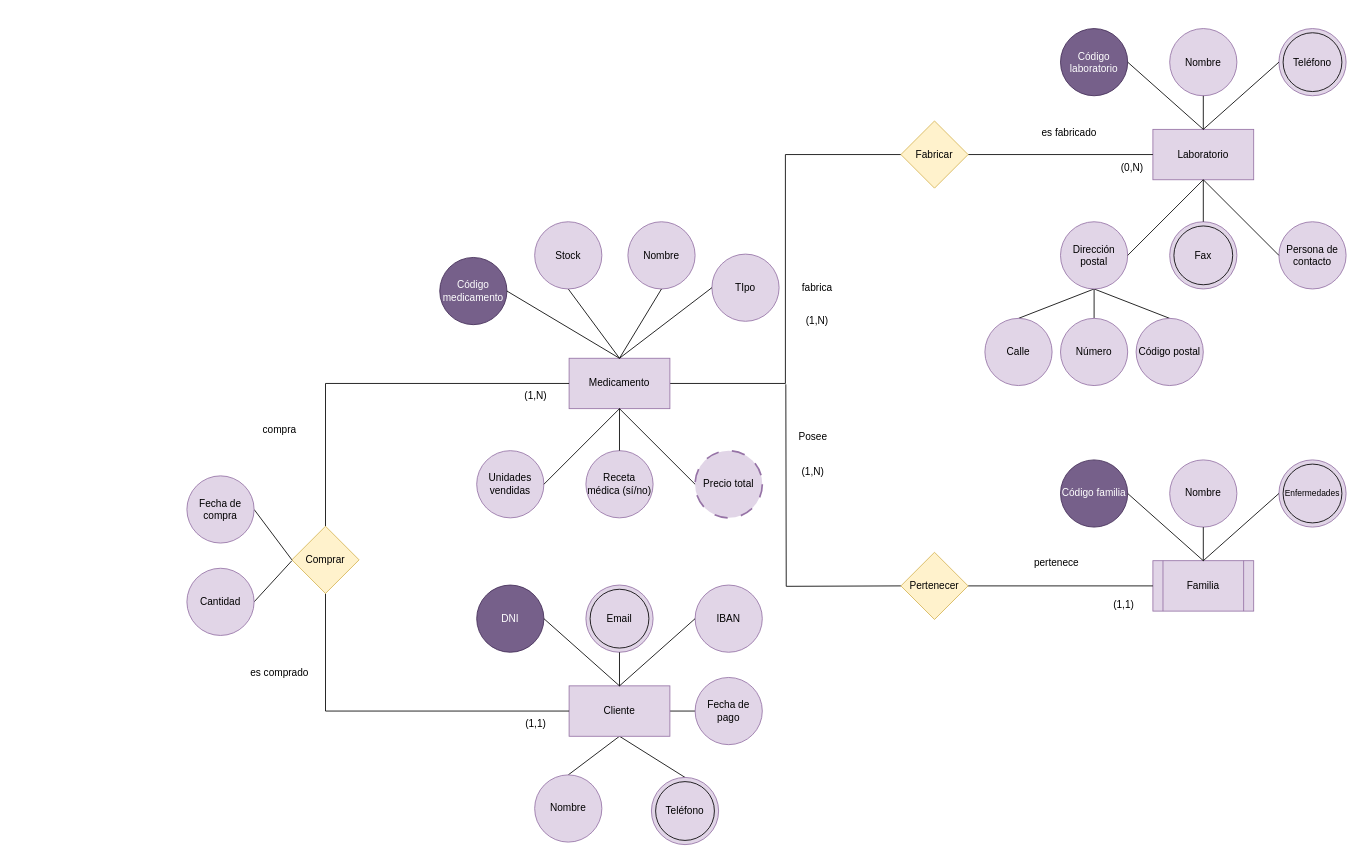
Nestor-DF/ADBD-2024-2025-Practica01-PE keeps this draw.io diagram as P1ADBD.drawio. Above is the earlier version. Source tidied: cells renumbered, new cells numbered last; positions are measured from the earlier drawing's top-left corner, leaving out a move shared by most shapes. Both pictures are drawn from the tidied source at 84%, with x=0, y=0 at pixel (186, 28).
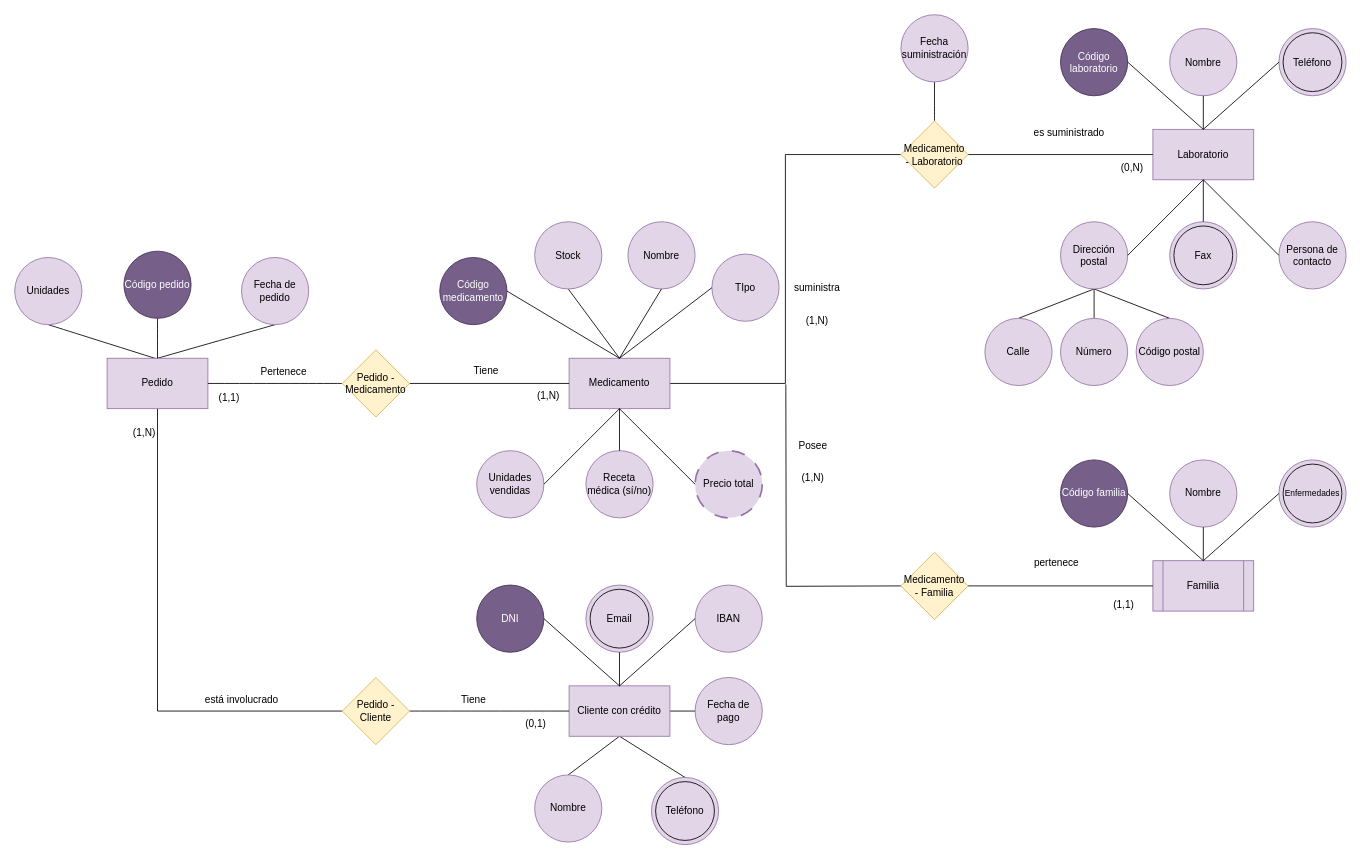
The same page after the edit.

Unchanged cells that the change refers to:
```xml
<mxCell id="3" value="Medicamento" style="rounded=0;whiteSpace=wrap;html=1;fillColor=#e1d5e7;strokeColor=#9673a6;" parent="1" vertex="1">
  <mxGeometry x="455" y="393" width="120" height="60" as="geometry" />
</mxCell>
```

The edit, as a diff of the source:
```diff
@@
-    <mxCell id="21" value="Cliente" style="rounded=0;whiteSpace=wrap;html=1;fillColor=#e1d5e7;strokeColor=#9673a6;" parent="1" vertex="1">
+    <mxCell id="21" value="Cliente con crédito" style="rounded=0;whiteSpace=wrap;html=1;fillColor=#e1d5e7;strokeColor=#9673a6;" parent="1" vertex="1">
       <mxGeometry x="455" y="783" width="120" height="60" as="geometry" />
     </mxCell>
@@
-    <mxCell id="29" style="edgeStyle=orthogonalEdgeStyle;rounded=0;jettySize=auto;html=1;exitX=0.5;exitY=1;exitDx=0;exitDy=0;entryX=0;entryY=0.5;entryDx=0;entryDy=0;endArrow=none;endFill=0;" parent="1" edge="1" source="31" target="21">
-      <mxGeometry relative="1" as="geometry" />
-    </mxCell>
-    <mxCell id="30" style="edgeStyle=orthogonalEdgeStyle;rounded=0;jettySize=auto;html=1;exitX=0.5;exitY=0;exitDx=0;exitDy=0;entryX=0;entryY=0.5;entryDx=0;entryDy=0;endArrow=none;endFill=0;" parent="1" edge="1" source="31" target="3">
+    <mxCell id="30" style="edgeStyle=orthogonalEdgeStyle;rounded=0;jettySize=auto;html=1;entryX=0;entryY=0.5;entryDx=0;entryDy=0;endArrow=none;endFill=0;exitX=1;exitY=0.5;exitDx=0;exitDy=0;" parent="1" edge="1" source="92" target="3">
       <mxGeometry relative="1" as="geometry" />
     </mxCell>
-    <mxCell id="31" value="Comprar" style="rhombus;whiteSpace=wrap;html=1;fillColor=#fff2cc;strokeColor=#d6b656;" parent="1" vertex="1">
-      <mxGeometry x="125" y="593" width="80" height="80" as="geometry" />
-    </mxCell>
-    <mxCell id="32" value="es comprado" style="text;html=1;align=center;verticalAlign=middle;strokeColor=none;fillColor=none;" parent="1" vertex="1">
-      <mxGeometry x="65" y="753" width="90" height="30" as="geometry" />
-    </mxCell>
-    <mxCell id="33" value="compra" style="text;html=1;align=center;verticalAlign=middle;strokeColor=none;fillColor=none;" parent="1" vertex="1">
-      <mxGeometry x="80" y="463" width="60" height="30" as="geometry" />
-    </mxCell>
-    <mxCell id="34" style="edgeStyle=none;rounded=0;jettySize=auto;html=1;exitX=1;exitY=0.5;exitDx=0;exitDy=0;endArrow=none;endFill=0;" parent="1" edge="1" source="35">
-      <mxGeometry relative="1" as="geometry">
-        <mxPoint x="125" y="634" as="targetPoint" />
-      </mxGeometry>
-    </mxCell>
+    <mxCell id="86" style="edgeStyle=none;curved=1;rounded=0;jettySize=auto;html=1;exitX=0.5;exitY=1;exitDx=0;exitDy=0;fontSize=12;startSize=8;endSize=8;endArrow=none;endFill=0;" parent="1" edge="1" source="35">
+      <mxGeometry relative="1" as="geometry">
+        <mxPoint x="-35" y="394" as="targetPoint" />
+      </mxGeometry>
+    </mxCell>
-    <mxCell id="35" value="Cantidad" style="ellipse;whiteSpace=wrap;html=1;fillColor=#e1d5e7;strokeColor=#9673a6;" parent="1" vertex="1">
-      <mxGeometry y="643" width="80" height="80" as="geometry" />
+    <mxCell id="35" value="Unidades" style="ellipse;whiteSpace=wrap;html=1;fillColor=#e1d5e7;strokeColor=#9673a6;" parent="1" vertex="1">
+      <mxGeometry x="-205" y="273" width="80" height="80" as="geometry" />
     </mxCell>
-    <mxCell id="36" style="edgeStyle=none;rounded=0;jettySize=auto;html=1;exitX=1;exitY=0.5;exitDx=0;exitDy=0;entryX=0;entryY=0.5;entryDx=0;entryDy=0;endArrow=none;endFill=0;" parent="1" edge="1" source="37" target="31">
-      <mxGeometry relative="1" as="geometry" />
-    </mxCell>
+    <mxCell id="87" style="edgeStyle=none;curved=1;rounded=0;jettySize=auto;html=1;exitX=0.5;exitY=1;exitDx=0;exitDy=0;entryX=0.5;entryY=0;entryDx=0;entryDy=0;fontSize=12;startSize=8;endSize=8;endArrow=none;endFill=0;" parent="1" edge="1" source="37" target="90">
+      <mxGeometry relative="1" as="geometry" />
+    </mxCell>
-    <mxCell id="37" value="Fecha de compra" style="ellipse;whiteSpace=wrap;html=1;fillColor=#e1d5e7;strokeColor=#9673a6;" parent="1" vertex="1">
-      <mxGeometry y="533" width="80" height="80" as="geometry" />
+    <mxCell id="37" value="Fecha de pedido" style="ellipse;whiteSpace=wrap;html=1;fillColor=#e1d5e7;strokeColor=#9673a6;" parent="1" vertex="1">
+      <mxGeometry x="65" y="273" width="80" height="80" as="geometry" />
     </mxCell>
@@
+    <mxCell id="88" style="edgeStyle=none;curved=1;rounded=0;jettySize=auto;html=1;exitX=0.5;exitY=0;exitDx=0;exitDy=0;entryX=0.5;entryY=1;entryDx=0;entryDy=0;fontSize=12;startSize=8;endSize=8;endArrow=none;endFill=0;" parent="1" edge="1" source="55" target="103">
+      <mxGeometry relative="1" as="geometry" />
+    </mxCell>
-    <mxCell id="55" value="Fabricar" style="rhombus;whiteSpace=wrap;html=1;fillColor=#fff2cc;strokeColor=#d6b656;" parent="1" vertex="1">
+    <mxCell id="55" value="Medicamento - Laboratorio" style="rhombus;whiteSpace=wrap;html=1;fillColor=#fff2cc;strokeColor=#d6b656;" parent="1" vertex="1">
       <mxGeometry x="850" y="110.5" width="80" height="80" as="geometry" />
     </mxCell>
@@
     <mxCell id="60" value="(1,N)" style="text;html=1;align=center;verticalAlign=middle;strokeColor=none;fillColor=none;" parent="1" vertex="1">
-      <mxGeometry x="390" y="423" width="50" height="30" as="geometry" />
+      <mxGeometry x="405" y="423" width="50" height="30" as="geometry" />
     </mxCell>
-    <mxCell id="61" value="(1,1)" style="text;html=1;align=center;verticalAlign=middle;strokeColor=none;fillColor=none;" parent="1" vertex="1">
+    <mxCell id="61" value="(0,1)" style="text;html=1;align=center;verticalAlign=middle;strokeColor=none;fillColor=none;" parent="1" vertex="1">
       <mxGeometry x="390" y="813" width="50" height="30" as="geometry" />
     </mxCell>
-    <mxCell id="62" value="fabrica" style="text;html=1;align=center;verticalAlign=middle;strokeColor=none;fillColor=none;" parent="1" vertex="1">
-      <mxGeometry x="720" y="294" width="60" height="30" as="geometry" />
+    <mxCell id="62" value="suministra" style="text;html=1;align=center;verticalAlign=middle;strokeColor=none;fillColor=none;" parent="1" vertex="1">
+      <mxGeometry x="710" y="294" width="80" height="30" as="geometry" />
     </mxCell>
-    <mxCell id="63" value="es fabricado" style="text;html=1;align=center;verticalAlign=middle;strokeColor=none;fillColor=none;" parent="1" vertex="1">
-      <mxGeometry x="1005" y="109.5" width="90" height="30" as="geometry" />
+    <mxCell id="63" value="es suministrado" style="text;html=1;align=center;verticalAlign=middle;strokeColor=none;fillColor=none;" parent="1" vertex="1">
+      <mxGeometry x="995" y="109.5" width="110" height="30" as="geometry" />
     </mxCell>
@@
-    <mxCell id="78" value="Pertenecer" style="rhombus;whiteSpace=wrap;html=1;fillColor=#fff2cc;strokeColor=#d6b656;" parent="1" vertex="1">
+    <mxCell id="78" value="Medicamento - Familia" style="rhombus;whiteSpace=wrap;html=1;fillColor=#fff2cc;strokeColor=#d6b656;" parent="1" vertex="1">
       <mxGeometry x="850" y="624" width="80" height="80" as="geometry" />
     </mxCell>
-    <mxCell id="79" value="Posee" style="text;html=1;align=center;verticalAlign=middle;strokeColor=none;fillColor=none;" parent="1" vertex="1">
-      <mxGeometry x="715" y="472" width="60" height="30" as="geometry" />
+    <mxCell id="79" value="Tiene" style="text;html=1;align=center;verticalAlign=middle;strokeColor=none;fillColor=none;" parent="1" vertex="1">
+      <mxGeometry x="331" y="393" width="50" height="30" as="geometry" />
     </mxCell>
     <mxCell id="80" value="(1,N)" style="text;html=1;align=center;verticalAlign=middle;strokeColor=none;fillColor=none;" parent="1" vertex="1">
-      <mxGeometry x="720" y="514" width="50" height="30" as="geometry" />
+      <mxGeometry x="720" y="521" width="50" height="30" as="geometry" />
     </mxCell>
@@
+    <mxCell id="89" style="edgeStyle=orthogonalEdgeStyle;rounded=0;jettySize=auto;html=1;exitX=0.5;exitY=1;exitDx=0;exitDy=0;fontSize=12;startSize=8;endSize=8;entryX=0;entryY=0.5;entryDx=0;entryDy=0;endArrow=none;endFill=0;" parent="1" edge="1" source="90" target="97">
+      <mxGeometry relative="1" as="geometry" />
+    </mxCell>
+    <mxCell id="90" value="Pedido" style="rounded=0;whiteSpace=wrap;html=1;fillColor=#e1d5e7;strokeColor=#9673a6;" parent="1" vertex="1">
+      <mxGeometry x="-95" y="393" width="120" height="60" as="geometry" />
+    </mxCell>
+    <mxCell id="91" style="edgeStyle=none;curved=1;rounded=0;jettySize=auto;html=1;exitX=0;exitY=0.5;exitDx=0;exitDy=0;entryX=1;entryY=0.5;entryDx=0;entryDy=0;fontSize=12;startSize=8;endSize=8;endArrow=none;endFill=0;" parent="1" edge="1" source="92" target="90">
+      <mxGeometry relative="1" as="geometry" />
+    </mxCell>
+    <mxCell id="92" value="Pedido - Medicamento" style="rhombus;whiteSpace=wrap;html=1;fillColor=#fff2cc;strokeColor=#d6b656;" parent="1" vertex="1">
+      <mxGeometry x="185" y="383" width="80" height="80" as="geometry" />
+    </mxCell>
+    <mxCell id="93" value="Posee" style="text;html=1;align=center;verticalAlign=middle;strokeColor=none;fillColor=none;" parent="1" vertex="1">
+      <mxGeometry x="715" y="482" width="60" height="30" as="geometry" />
+    </mxCell>
+    <mxCell id="94" value="&lt;font style=&quot;font-size: 12px;&quot;&gt;Pertenece&lt;/font&gt;" style="text;html=1;align=center;verticalAlign=middle;strokeColor=none;fillColor=none;fontSize=16;" parent="1" vertex="1">
+      <mxGeometry x="75" y="393" width="80" height="30" as="geometry" />
+    </mxCell>
+    <mxCell id="95" value="&lt;font style=&quot;font-size: 12px;&quot;&gt;(1,1)&lt;/font&gt;" style="text;html=1;align=center;verticalAlign=middle;strokeColor=none;fillColor=none;fontSize=16;" parent="1" vertex="1">
+      <mxGeometry x="25" y="423" width="50" height="30" as="geometry" />
+    </mxCell>
+    <mxCell id="96" style="edgeStyle=none;curved=1;rounded=0;jettySize=auto;html=1;exitX=1;exitY=0.5;exitDx=0;exitDy=0;fontSize=12;startSize=8;endSize=8;endArrow=none;endFill=0;" parent="1" edge="1" source="97" target="21">
+      <mxGeometry relative="1" as="geometry" />
+    </mxCell>
+    <mxCell id="97" value="Pedido - Cliente" style="rhombus;whiteSpace=wrap;html=1;fillColor=#fff2cc;strokeColor=#d6b656;" parent="1" vertex="1">
+      <mxGeometry x="185" y="773" width="80" height="80" as="geometry" />
+    </mxCell>
+    <mxCell id="98" value="&lt;font style=&quot;font-size: 12px;&quot;&gt;Tiene&lt;/font&gt;" style="text;html=1;align=center;verticalAlign=middle;strokeColor=none;fillColor=none;fontSize=16;" parent="1" vertex="1">
+      <mxGeometry x="316" y="783" width="50" height="30" as="geometry" />
+    </mxCell>
+    <mxCell id="99" value="&lt;font style=&quot;font-size: 12px;&quot;&gt;está involucrado&lt;/font&gt;" style="text;html=1;align=center;verticalAlign=middle;strokeColor=none;fillColor=none;fontSize=16;" parent="1" vertex="1">
+      <mxGeometry x="10" y="783" width="110" height="30" as="geometry" />
+    </mxCell>
+    <mxCell id="100" value="&lt;font style=&quot;font-size: 12px;&quot;&gt;(1,N)&lt;/font&gt;" style="text;html=1;align=center;verticalAlign=middle;strokeColor=none;fillColor=none;fontSize=16;" parent="1" vertex="1">
+      <mxGeometry x="-76" y="465" width="50" height="30" as="geometry" />
+    </mxCell>
+    <mxCell id="101" style="edgeStyle=none;curved=1;rounded=0;jettySize=auto;html=1;exitX=0.5;exitY=1;exitDx=0;exitDy=0;entryX=0.5;entryY=0;entryDx=0;entryDy=0;fontSize=12;startSize=8;endSize=8;endArrow=none;endFill=0;" parent="1" edge="1" source="102" target="90">
+      <mxGeometry relative="1" as="geometry" />
+    </mxCell>
+    <mxCell id="102" value="Código pedido" style="ellipse;whiteSpace=wrap;html=1;fillColor=#76608a;strokeColor=#432D57;fontColor=#ffffff;" parent="1" vertex="1">
+      <mxGeometry x="-75" y="265.5" width="80" height="80" as="geometry" />
+    </mxCell>
+    <mxCell id="103" value="Fecha suministración" style="ellipse;whiteSpace=wrap;html=1;fillColor=#e1d5e7;strokeColor=#9673a6;" parent="1" vertex="1">
+      <mxGeometry x="850" y="-16" width="80" height="80" as="geometry" />
+    </mxCell>
```
